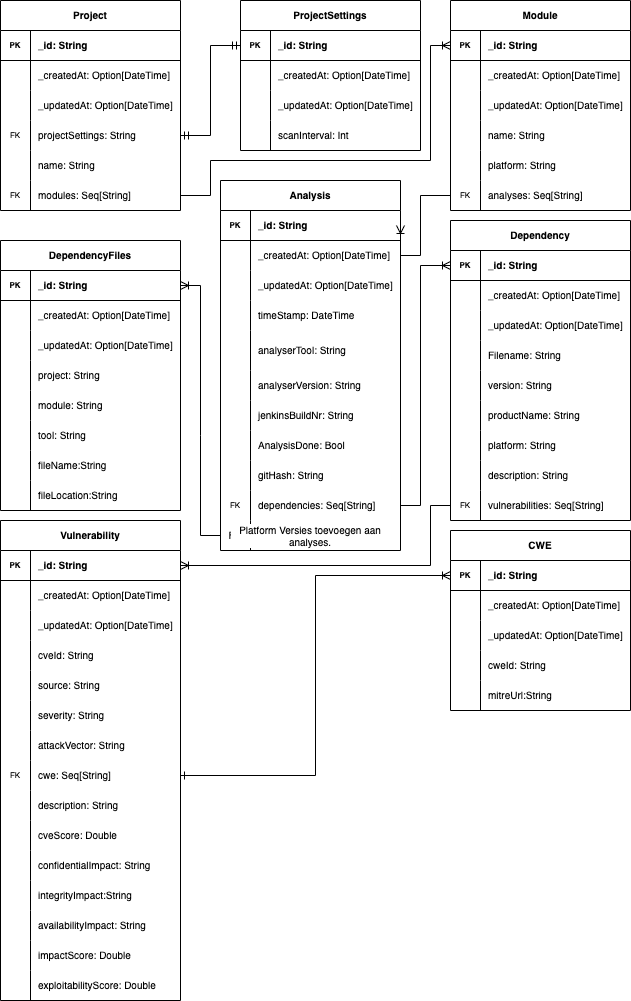
Earlier version of the draw.io export gfx/SOUPAPI-SOUPAPI DM.png (codefink2020/AfstudeerVerslagFINAL). Source tidied: cells renumbered, new cells last; positions are measured from the earlier drawing's top-left corner, leaving out a move shared by most shapes.
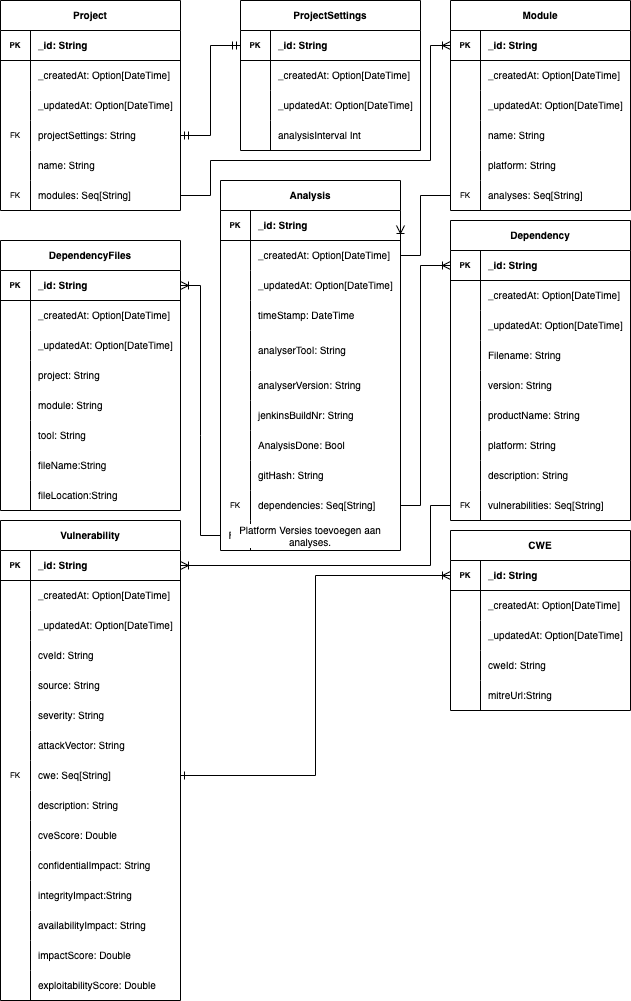
After the change.

Diff of the diagram source:
```diff
@@ -648,7 +648,7 @@
     <mxCell id="207" style="shape=partialRectangle;fillColor=none;top=0;left=0;bottom=0;right=0;overflow=hidden;fontSize=8;" parent="206" vertex="1">
       <mxGeometry width="30" height="30" as="geometry" />
     </mxCell>
-    <mxCell id="208" value="scanInterval: Int" style="shape=partialRectangle;fillColor=none;top=0;left=0;bottom=0;right=0;align=left;spacingLeft=6;overflow=hidden;fontSize=10;" parent="206" vertex="1">
+    <mxCell id="208" value="analysisInterval Int" style="shape=partialRectangle;fillColor=none;top=0;left=0;bottom=0;right=0;align=left;spacingLeft=6;overflow=hidden;fontSize=10;" parent="206" vertex="1">
       <mxGeometry x="30" width="150" height="30" as="geometry" />
     </mxCell>
     <mxCell id="209" style="edgeStyle=orthogonalEdgeStyle;rounded=0;jettySize=auto;html=1;exitX=1;exitY=0.5;exitDx=0;exitDy=0;entryX=0;entryY=0.5;entryDx=0;entryDy=0;fontSize=8;endArrow=ERmandOne;endFill=0;startArrow=ERmandOne;startFill=0;" parent="1" edge="1" source="12" target="197">
```
